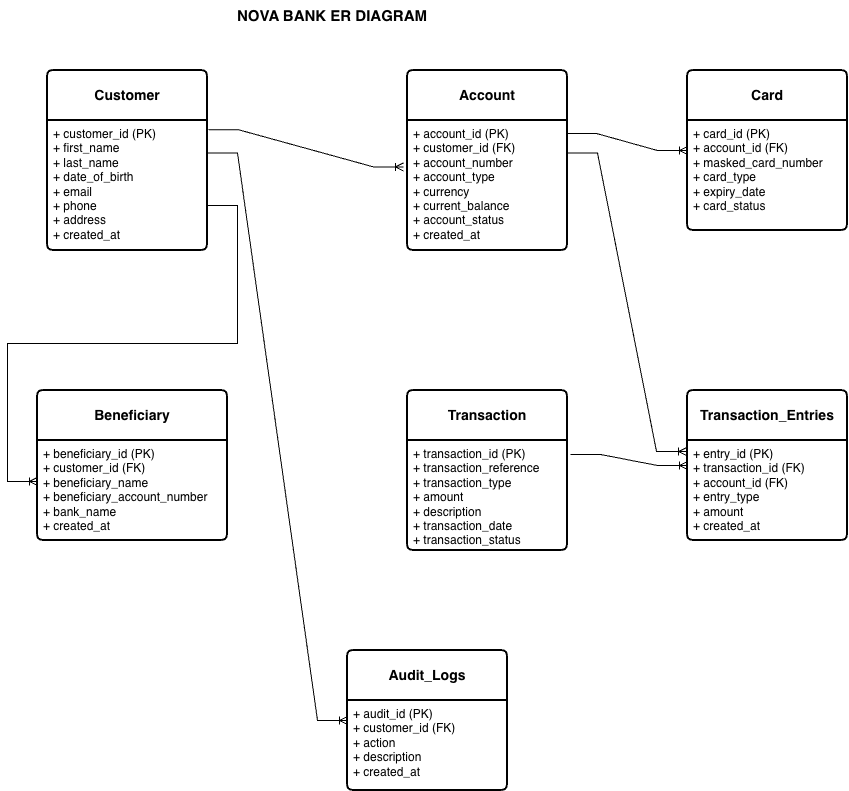
Before: portfolio-1-database-design/ER Diagram (1).png, a diagram exported from draw.io (chinemeremokafor2000-cell/advanced-database-portfolio). Source tidied: cells renumbered, new cells last; positions are measured from the earlier drawing's top-left corner, leaving out a move shared by most shapes. Source of this version:
```xml
<mxGraphModel>
  <root>
    <mxCell id="0" />
    <mxCell id="1" parent="0" />
    <mxCell id="2" value="&lt;b&gt;Customer&lt;/b&gt;" style="swimlane;horizontal=1;startSize=50;rounded=1;fontSize=14;fontStyle=0;strokeWidth=2;shadow=0;dashed=0;align=center;arcSize=4;whiteSpace=wrap;html=1;" parent="1" vertex="1">
      <mxGeometry x="10" y="70" width="160" height="180" as="geometry" />
    </mxCell>
    <mxCell id="3" value="+ customer_id (PK)&lt;br&gt;+ first_name&lt;div&gt;+ last_name&lt;br&gt;+ date_of_birth&lt;/div&gt;&lt;div&gt;+ email&lt;/div&gt;&lt;div&gt;+ phone&lt;/div&gt;&lt;div&gt;&lt;span style=&quot;background-color: transparent; color: light-dark(#000000, var(--ge-light-color, #ffffff));&quot;&gt;+ address&lt;/span&gt;&lt;/div&gt;&lt;div&gt;&lt;span style=&quot;background-color: transparent; color: light-dark(#000000, var(--ge-light-color, #ffffff));&quot;&gt;+ created_at&lt;/span&gt;&lt;/div&gt;&lt;div&gt;&lt;br&gt;&lt;/div&gt;" style="align=left;strokeColor=none;fillColor=none;spacingLeft=4;spacingRight=4;fontSize=12;verticalAlign=top;html=1;whiteSpace=wrap;" parent="2" vertex="1">
      <mxGeometry y="50" width="160" height="130" as="geometry" />
    </mxCell>
    <mxCell id="4" value="&lt;b&gt;Account&lt;/b&gt;" style="swimlane;horizontal=1;startSize=50;rounded=1;fontSize=14;fontStyle=0;strokeWidth=2;shadow=0;dashed=0;align=center;arcSize=4;whiteSpace=wrap;html=1;" parent="1" vertex="1">
      <mxGeometry x="370" y="70" width="160" height="180" as="geometry" />
    </mxCell>
    <mxCell id="5" value="+ account_id (PK)&lt;div&gt;+ customer_id (FK)&lt;/div&gt;&lt;div&gt;+ account_number&lt;br&gt;+ account_type&lt;/div&gt;&lt;div&gt;+ currency&lt;/div&gt;&lt;div&gt;+ current_balance&lt;/div&gt;&lt;div&gt;+ account_status&lt;/div&gt;&lt;div&gt;+ created_at&lt;/div&gt;" style="align=left;strokeColor=none;fillColor=none;spacingLeft=4;spacingRight=4;fontSize=12;verticalAlign=top;html=1;whiteSpace=wrap;" parent="4" vertex="1">
      <mxGeometry y="50" width="160" height="130" as="geometry" />
    </mxCell>
    <mxCell id="6" value="&lt;b&gt;Transaction&lt;/b&gt;" style="swimlane;horizontal=1;startSize=50;rounded=1;fontSize=14;fontStyle=0;strokeWidth=2;shadow=0;dashed=0;align=center;arcSize=4;whiteSpace=wrap;html=1;" parent="1" vertex="1">
      <mxGeometry x="370" y="390" width="160" height="160" as="geometry" />
    </mxCell>
    <mxCell id="7" value="+ transaction_id (PK)&lt;br&gt;+ transaction_reference&lt;div&gt;+ transaction_type&lt;/div&gt;&lt;div&gt;+ amount&lt;div&gt;+ description&lt;/div&gt;&lt;/div&gt;&lt;div&gt;+ transaction_date&lt;/div&gt;&lt;div&gt;+ transaction_status&lt;/div&gt;" style="align=left;strokeColor=none;fillColor=none;spacingLeft=4;spacingRight=4;fontSize=12;verticalAlign=top;html=1;whiteSpace=wrap;" parent="6" vertex="1">
      <mxGeometry y="50" width="160" height="110" as="geometry" />
    </mxCell>
    <mxCell id="8" value="&lt;b&gt;Beneficiary&lt;/b&gt;" style="swimlane;horizontal=1;startSize=50;rounded=1;fontSize=14;fontStyle=0;strokeWidth=2;shadow=0;dashed=0;align=center;arcSize=4;whiteSpace=wrap;html=1;" parent="1" vertex="1">
      <mxGeometry y="390" width="190" height="150" as="geometry" />
    </mxCell>
    <mxCell id="9" style="edgeStyle=entityRelationEdgeStyle;fontSize=12;html=1;endArrow=ERoneToMany;rounded=0;defaultLabelBackgroundColor=page;entryX=0;entryY=0.5;entryDx=0;entryDy=0;exitX=1;exitY=0.75;exitDx=0;exitDy=0;" parent="8" edge="1" source="2">
      <mxGeometry relative="1" as="geometry">
        <mxPoint y="91" as="targetPoint" />
      </mxGeometry>
    </mxCell>
    <mxCell id="10" value="+ beneficiary_id (PK)&lt;div&gt;+ customer_id (FK)&lt;/div&gt;&lt;div&gt;+ beneficiary_name&lt;/div&gt;&lt;div&gt;+ beneficiary_account_number&lt;/div&gt;&lt;div&gt;+ bank_name&lt;/div&gt;&lt;div&gt;+ created_at&lt;/div&gt;" style="align=left;strokeColor=none;fillColor=none;spacingLeft=4;spacingRight=4;fontSize=12;verticalAlign=top;html=1;whiteSpace=wrap;" parent="8" vertex="1">
      <mxGeometry y="50" width="190" height="100" as="geometry" />
    </mxCell>
    <mxCell id="11" style="edgeStyle=entityRelationEdgeStyle;fontSize=12;html=1;endArrow=ERoneToMany;rounded=0;defaultLabelBackgroundColor=page;exitX=1.006;exitY=0.071;exitDx=0;exitDy=0;entryX=-0.025;entryY=0.357;entryDx=0;entryDy=0;entryPerimeter=0;exitPerimeter=0;" parent="1" edge="1" source="3" target="5">
      <mxGeometry relative="1" as="geometry" />
    </mxCell>
    <mxCell id="12" style="edgeStyle=entityRelationEdgeStyle;fontSize=12;html=1;endArrow=ERoneToMany;rounded=0;defaultLabelBackgroundColor=page;entryX=0;entryY=0.5;entryDx=0;entryDy=0;exitX=1.019;exitY=0.127;exitDx=0;exitDy=0;exitPerimeter=0;" parent="1" edge="1" source="7" target="16">
      <mxGeometry relative="1" as="geometry" />
    </mxCell>
    <mxCell id="13" value="&lt;font style=&quot;font-size: 15px;&quot;&gt;&lt;b&gt;NOVA BANK ER DIAGRAM&lt;/b&gt;&lt;/font&gt;" style="text;html=1;whiteSpace=wrap;strokeColor=none;fillColor=none;align=center;verticalAlign=middle;rounded=0;" parent="1" vertex="1">
      <mxGeometry x="180" width="230" height="30" as="geometry" />
    </mxCell>
    <mxCell id="14" value="&lt;b&gt;Card&lt;/b&gt;" style="swimlane;horizontal=1;startSize=50;rounded=1;fontSize=14;fontStyle=0;strokeWidth=2;shadow=0;dashed=0;align=center;arcSize=4;whiteSpace=wrap;html=1;" parent="1" vertex="1">
      <mxGeometry x="650" y="70" width="160" height="160" as="geometry" />
    </mxCell>
    <mxCell id="15" value="+ card_id (PK)&lt;div&gt;+ account_id (FK)&lt;/div&gt;&lt;div&gt;+ masked_card_number&lt;/div&gt;&lt;div&gt;+ card_type&lt;/div&gt;&lt;div&gt;+ expiry_date&lt;/div&gt;&lt;div&gt;+ card_status&lt;/div&gt;" style="align=left;strokeColor=none;fillColor=none;spacingLeft=4;spacingRight=4;fontSize=12;verticalAlign=top;html=1;whiteSpace=wrap;" parent="14" vertex="1">
      <mxGeometry y="50" width="160" height="110" as="geometry" />
    </mxCell>
    <mxCell id="16" value="&lt;b&gt;Transaction_Entries&lt;/b&gt;" style="swimlane;horizontal=1;startSize=50;rounded=1;fontSize=14;fontStyle=0;strokeWidth=2;shadow=0;dashed=0;align=center;arcSize=4;whiteSpace=wrap;html=1;" parent="1" vertex="1">
      <mxGeometry x="650" y="390" width="160" height="150" as="geometry" />
    </mxCell>
    <mxCell id="17" value="+ entry_id (PK)&lt;div&gt;+ transaction_id (FK)&lt;/div&gt;&lt;div&gt;+ account_id (FK)&lt;/div&gt;&lt;div&gt;+ entry_type&lt;/div&gt;&lt;div&gt;+ amount&lt;/div&gt;&lt;div&gt;+ created_at&lt;/div&gt;" style="align=left;strokeColor=none;fillColor=none;spacingLeft=4;spacingRight=4;fontSize=12;verticalAlign=top;html=1;whiteSpace=wrap;" parent="16" vertex="1">
      <mxGeometry y="50" width="160" height="100" as="geometry" />
    </mxCell>
    <mxCell id="18" value="&lt;b&gt;Audit_Logs&lt;/b&gt;" style="swimlane;horizontal=1;startSize=50;rounded=1;fontSize=14;fontStyle=0;strokeWidth=2;shadow=0;dashed=0;align=center;arcSize=4;whiteSpace=wrap;html=1;" parent="1" vertex="1">
      <mxGeometry x="310" y="650" width="160" height="140" as="geometry" />
    </mxCell>
    <mxCell id="19" value="+ audit_id (PK)&lt;div&gt;+ customer_id (FK)&lt;/div&gt;&lt;div&gt;+ action&lt;/div&gt;&lt;div&gt;+ description&lt;/div&gt;&lt;div&gt;+ created_at&lt;/div&gt;" style="align=left;strokeColor=none;fillColor=none;spacingLeft=4;spacingRight=4;fontSize=12;verticalAlign=top;html=1;whiteSpace=wrap;" parent="18" vertex="1">
      <mxGeometry y="50" width="160" height="90" as="geometry" />
    </mxCell>
    <mxCell id="20" style="edgeStyle=entityRelationEdgeStyle;fontSize=12;html=1;endArrow=ERoneToMany;rounded=0;defaultLabelBackgroundColor=page;exitX=0.994;exitY=0.1;exitDx=0;exitDy=0;exitPerimeter=0;entryX=0;entryY=0.5;entryDx=0;entryDy=0;" parent="1" edge="1" source="5" target="14">
      <mxGeometry relative="1" as="geometry" />
    </mxCell>
    <mxCell id="21" style="edgeStyle=entityRelationEdgeStyle;fontSize=12;html=1;endArrow=ERoneToMany;rounded=0;defaultLabelBackgroundColor=page;entryX=0;entryY=0.5;entryDx=0;entryDy=0;exitX=1;exitY=0.25;exitDx=0;exitDy=0;" parent="1" edge="1" source="3" target="18">
      <mxGeometry relative="1" as="geometry" />
    </mxCell>
    <mxCell id="22" style="edgeStyle=entityRelationEdgeStyle;fontSize=12;html=1;endArrow=ERoneToMany;rounded=0;defaultLabelBackgroundColor=page;entryX=-0.006;entryY=0.11;entryDx=0;entryDy=0;exitX=1;exitY=0.25;exitDx=0;exitDy=0;entryPerimeter=0;" parent="1" edge="1" source="5" target="17">
      <mxGeometry relative="1" as="geometry" />
    </mxCell>
  </root>
</mxGraphModel>
```
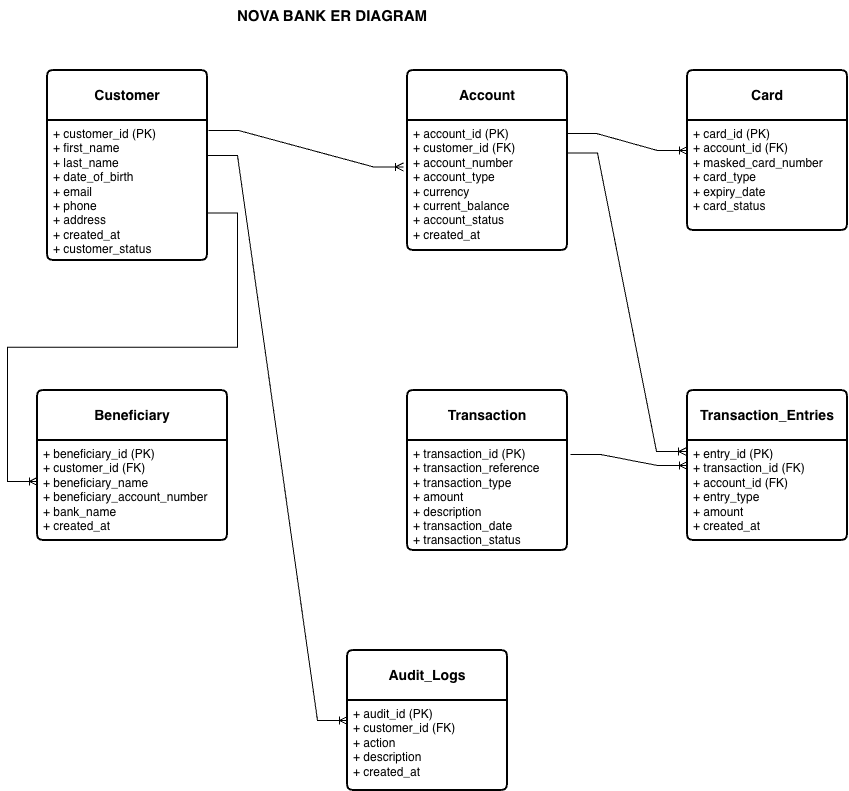
After the commit.

The edit, as a diff of the source:
```diff
@@ -3,10 +3,10 @@
     <mxCell id="0" />
     <mxCell id="1" parent="0" />
     <mxCell id="2" value="&lt;b&gt;Customer&lt;/b&gt;" style="swimlane;horizontal=1;startSize=50;rounded=1;fontSize=14;fontStyle=0;strokeWidth=2;shadow=0;dashed=0;align=center;arcSize=4;whiteSpace=wrap;html=1;" parent="1" vertex="1">
-      <mxGeometry x="10" y="70" width="160" height="180" as="geometry" />
+      <mxGeometry x="10" y="70" width="160" height="190" as="geometry" />
     </mxCell>
-    <mxCell id="3" value="+ customer_id (PK)&lt;br&gt;+ first_name&lt;div&gt;+ last_name&lt;br&gt;+ date_of_birth&lt;/div&gt;&lt;div&gt;+ email&lt;/div&gt;&lt;div&gt;+ phone&lt;/div&gt;&lt;div&gt;&lt;span style=&quot;background-color: transparent; color: light-dark(#000000, var(--ge-light-color, #ffffff));&quot;&gt;+ address&lt;/span&gt;&lt;/div&gt;&lt;div&gt;&lt;span style=&quot;background-color: transparent; color: light-dark(#000000, var(--ge-light-color, #ffffff));&quot;&gt;+ created_at&lt;/span&gt;&lt;/div&gt;&lt;div&gt;&lt;br&gt;&lt;/div&gt;" style="align=left;strokeColor=none;fillColor=none;spacingLeft=4;spacingRight=4;fontSize=12;verticalAlign=top;html=1;whiteSpace=wrap;" parent="2" vertex="1">
-      <mxGeometry y="50" width="160" height="130" as="geometry" />
+    <mxCell id="3" value="+ customer_id (PK)&lt;br&gt;+ first_name&lt;div&gt;+ last_name&lt;br&gt;+ date_of_birth&lt;/div&gt;&lt;div&gt;+ email&lt;/div&gt;&lt;div&gt;+ phone&lt;/div&gt;&lt;div&gt;&lt;span style=&quot;background-color: transparent; color: light-dark(#000000, var(--ge-light-color, #ffffff));&quot;&gt;+ address&lt;/span&gt;&lt;/div&gt;&lt;div&gt;&lt;span style=&quot;background-color: transparent; color: light-dark(#000000, var(--ge-light-color, #ffffff));&quot;&gt;+ created_at&lt;/span&gt;&lt;/div&gt;&lt;div&gt;&lt;span style=&quot;background-color: transparent; color: light-dark(#000000, var(--ge-light-color, #ffffff));&quot;&gt;+ customer_status&lt;/span&gt;&lt;/div&gt;" style="align=left;strokeColor=none;fillColor=none;spacingLeft=4;spacingRight=4;fontSize=12;verticalAlign=top;html=1;whiteSpace=wrap;" parent="2" vertex="1">
+      <mxGeometry y="50" width="160" height="140" as="geometry" />
     </mxCell>
     <mxCell id="4" value="&lt;b&gt;Account&lt;/b&gt;" style="swimlane;horizontal=1;startSize=50;rounded=1;fontSize=14;fontStyle=0;strokeWidth=2;shadow=0;dashed=0;align=center;arcSize=4;whiteSpace=wrap;html=1;" parent="1" vertex="1">
       <mxGeometry x="370" y="70" width="160" height="180" as="geometry" />
```
